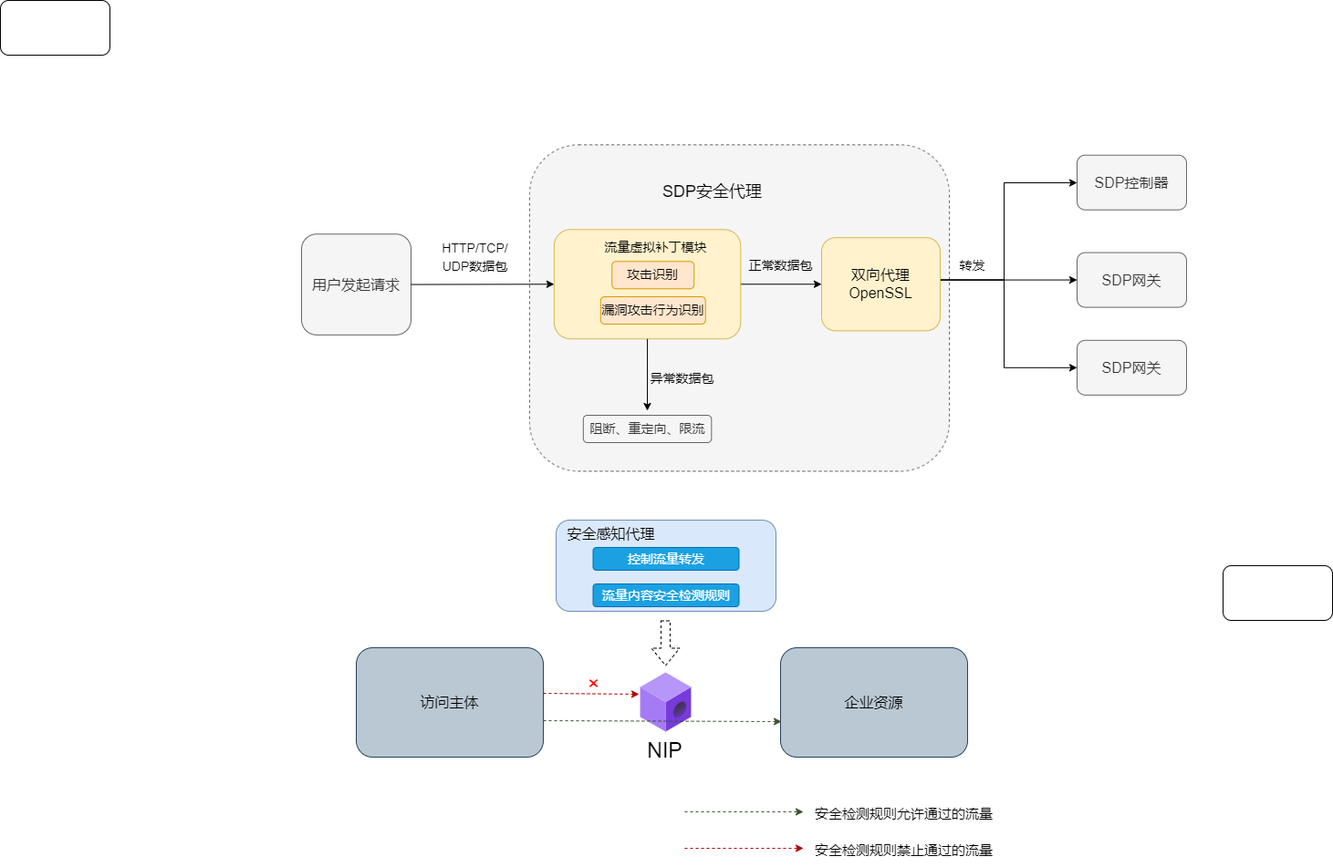
This is testDirectory/虚拟补丁.drawio.png from Moose1273/-, a draw.io export, as it was before one commit. Source tidied: cells renumbered, new cells last; positions are measured from the earlier drawing's top-left corner, leaving out a move shared by most shapes.
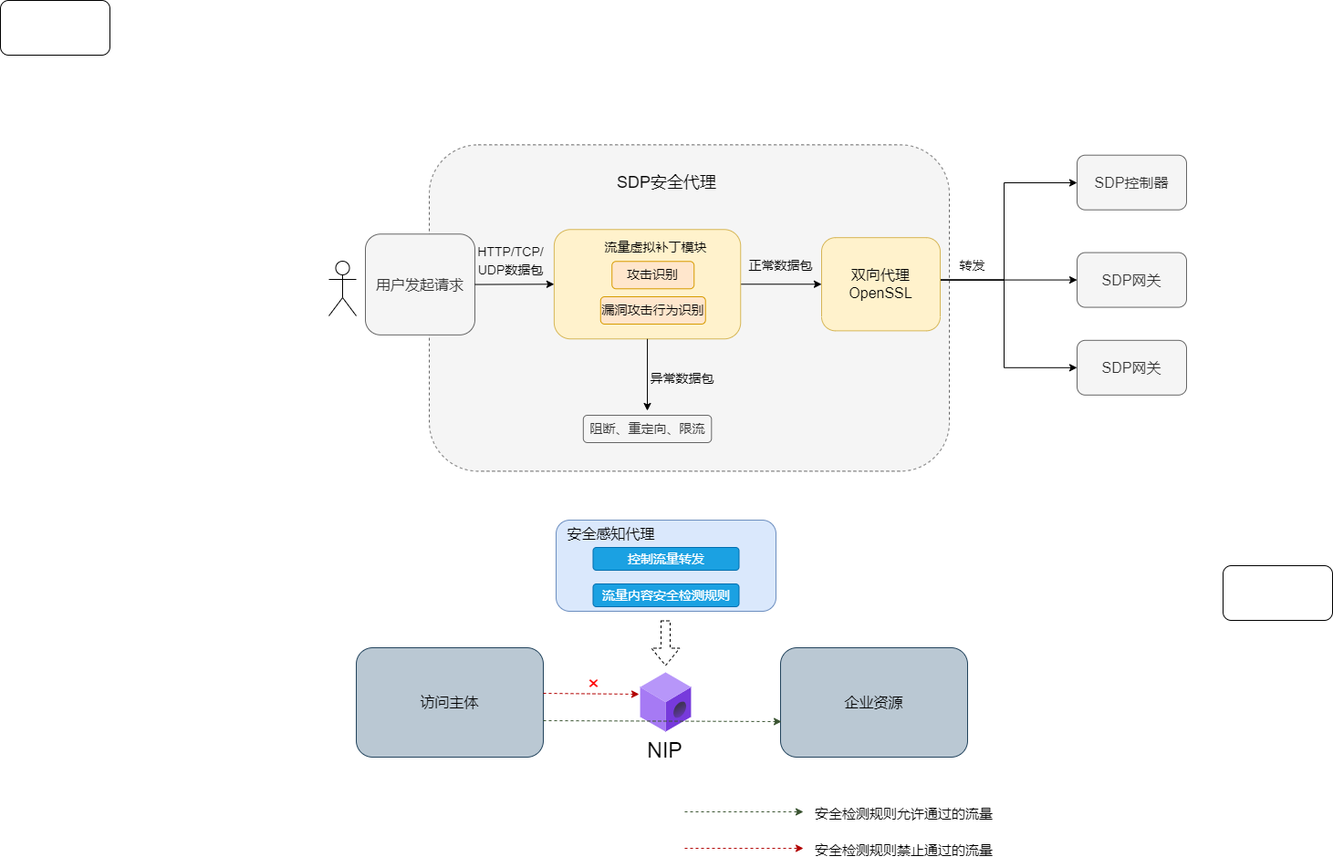
After the change.

Commit message:
更新虚拟补丁.drawio.png

The edit, as a diff of the source:
```diff
@@ -3,7 +3,7 @@
     <mxCell id="0" />
     <mxCell id="1" parent="0" />
     <mxCell id="2" style="rounded=1;whiteSpace=wrap;html=1;dashed=1;fillColor=#f5f5f5;fontColor=#333333;strokeColor=#666666;" parent="1" vertex="1">
-      <mxGeometry x="580" y="158.4" width="460" height="358" as="geometry" />
+      <mxGeometry x="470" y="158.4" width="570" height="358" as="geometry" />
     </mxCell>
     <mxCell id="3" style="edgeStyle=orthogonalEdgeStyle;rounded=0;jettySize=auto;html=1;exitX=1;exitY=0.5;exitDx=0;exitDy=0;fontSize=16;" parent="1" edge="1" target="35">
       <mxGeometry relative="1" as="geometry">
@@ -38,10 +38,10 @@
       <mxGeometry x="649.1" y="209.1" width="120" height="204.4" as="geometry" />
     </mxCell>
     <mxCell id="9" value="&lt;font style=&quot;font-size: 16px;&quot;&gt;用户发起请求&lt;/font&gt;" style="rounded=1;whiteSpace=wrap;html=1;fillColor=#f5f5f5;fontColor=#333333;strokeColor=#666666;" parent="1" vertex="1">
-      <mxGeometry x="330" y="256.3" width="120" height="110.6" as="geometry" />
+      <mxGeometry x="400" y="256.3" width="120" height="110.6" as="geometry" />
     </mxCell>
     <mxCell id="10" value="&lt;font style=&quot;font-size: 14px;&quot;&gt;HTTP/TCP/&lt;br&gt;UDP数据包&lt;/font&gt;" style="text;html=1;align=center;verticalAlign=middle;strokeColor=none;fillColor=none;fontSize=16;" parent="1" vertex="1">
-      <mxGeometry x="470" y="256.3" width="100" height="50" as="geometry" />
+      <mxGeometry x="509" y="260.2" width="100" height="50" as="geometry" />
     </mxCell>
     <mxCell id="11" value="攻击识别" style="rounded=1;whiteSpace=wrap;html=1;fontSize=14;fillColor=#ffe6cc;strokeColor=#d79b00;" parent="1" vertex="1">
       <mxGeometry x="670.2" y="286.3" width="90" height="30" as="geometry" />
@@ -147,10 +147,13 @@
       <mxGeometry relative="1" as="geometry" />
     </mxCell>
     <mxCell id="40" value="&lt;font style=&quot;font-size: 18px;&quot;&gt;SDP安全代理&lt;/font&gt;" style="text;html=1;align=center;verticalAlign=middle;strokeColor=none;fillColor=none;" parent="1" vertex="1">
-      <mxGeometry x="715" y="189.7" width="130" height="40" as="geometry" />
+      <mxGeometry x="664.5" y="180" width="130" height="40" as="geometry" />
     </mxCell>
     <mxCell id="41" value="&lt;font style=&quot;font-size: 14px;&quot;&gt;转发&lt;/font&gt;" style="text;html=1;align=center;verticalAlign=middle;strokeColor=none;fillColor=none;" parent="1" vertex="1">
       <mxGeometry x="1040" y="276.3" width="50" height="30" as="geometry" />
     </mxCell>
+    <mxCell id="42" style="shape=umlActor;verticalLabelPosition=bottom;verticalAlign=top;html=1;" parent="1" vertex="1">
+      <mxGeometry x="360" y="286" width="30" height="60" as="geometry" />
+    </mxCell>
   </root>
 </mxGraphModel>
```
